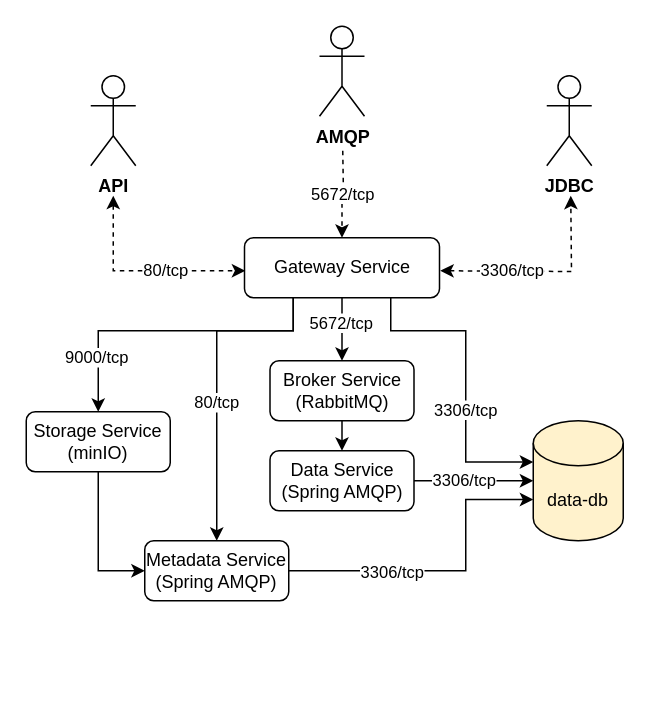
Earlier version of the draw.io diagram page "Data Ingest" (5 of 7) of .docs/images/architecture.drawio (DBRepo-Project/dbrepo). Source tidied: cells renumbered, new cells numbered last; positions are measured from the earlier drawing's top-left corner, leaving out a move shared by most shapes. Both pictures are drawn from the tidied source at 150%, with x=0, y=0 at pixel (26, 26).
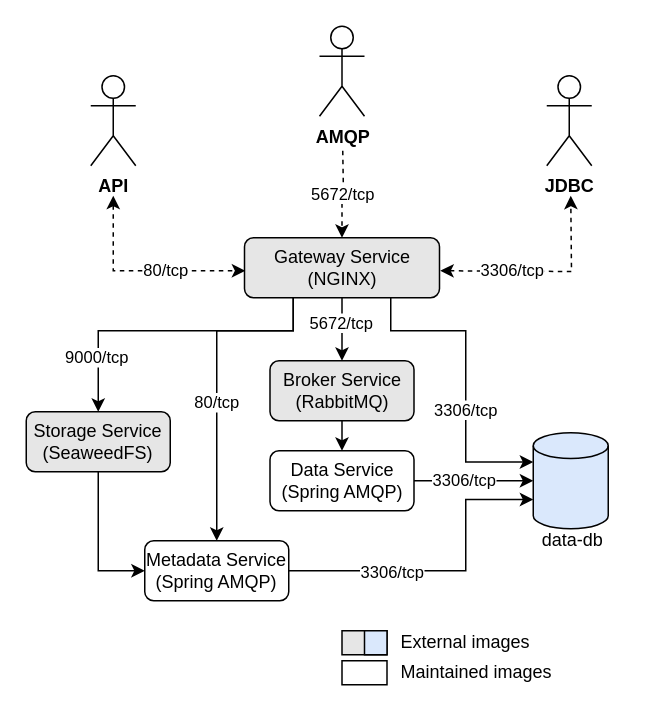
After the change.

Unchanged cells that the change refers to:
```xml
<mxCell id="19" value="Data Service&lt;br&gt;(Spring AMQP)" style="rounded=1;whiteSpace=wrap;html=1;" parent="1" vertex="1">
  <mxGeometry x="162.5" y="283" width="96" height="40" as="geometry" />
</mxCell>
<mxCell id="24" value="Metadata Service&lt;br&gt;(Spring AMQP)" style="rounded=1;whiteSpace=wrap;html=1;" parent="1" vertex="1">
  <mxGeometry x="79" y="343" width="96" height="40" as="geometry" />
</mxCell>
```

Diff of the diagram source:
```diff
@@
-    <mxCell id="5" style="edgeStyle=orthogonalEdgeStyle;rounded=0;jettySize=auto;html=1;exitX=0.75;exitY=1;exitDx=0;exitDy=0;entryX=0;entryY=0;entryDx=0;entryDy=27.5;entryPerimeter=0;" parent="1" edge="1" source="11" target="16">
+    <mxCell id="5" style="edgeStyle=orthogonalEdgeStyle;rounded=0;jettySize=auto;html=1;exitX=0.75;exitY=1;exitDx=0;exitDy=0;entryX=0;entryY=0;entryDx=0;entryDy=27.5;entryPerimeter=0;" parent="1" edge="1" source="11">
       <mxGeometry relative="1" as="geometry">
+        <mxPoint x="338" y="290.5" as="targetPoint" />
         <Array as="points">
           <mxPoint x="243" y="203" />
           <mxPoint x="293" y="203" />
           <mxPoint x="293" y="291" />
         </Array>
       </mxGeometry>
     </mxCell>
@@
-    <mxCell id="11" value="Gateway Service" style="rounded=1;whiteSpace=wrap;html=1;" parent="1" vertex="1">
+    <mxCell id="11" value="Gateway Service&lt;br style=&quot;border-color: var(--border-color);&quot;&gt;(NGINX)" style="rounded=1;whiteSpace=wrap;html=1;fillColor=#E6E6E6;" parent="1" vertex="1">
       <mxGeometry x="145.5" y="141" width="130" height="40" as="geometry" />
     </mxCell>
@@
-    <mxCell id="16" value="data-db" style="shape=cylinder3;whiteSpace=wrap;html=1;boundedLbl=1;backgroundOutline=1;size=15;fillColor=#fff2cc;strokeColor=#000000;" parent="1" vertex="1">
-      <mxGeometry x="338" y="263" width="60" height="80" as="geometry" />
-    </mxCell>
-    <mxCell id="17" style="edgeStyle=orthogonalEdgeStyle;rounded=0;jettySize=auto;html=1;exitX=1;exitY=0.5;exitDx=0;exitDy=0;entryX=0;entryY=0.5;entryDx=0;entryDy=0;entryPerimeter=0;" parent="1" edge="1" source="19" target="16">
-      <mxGeometry relative="1" as="geometry" />
+    <mxCell id="17" style="edgeStyle=orthogonalEdgeStyle;rounded=0;jettySize=auto;html=1;exitX=1;exitY=0.5;exitDx=0;exitDy=0;entryX=0;entryY=0.5;entryDx=0;entryDy=0;entryPerimeter=0;" parent="1" edge="1" source="19">
+      <mxGeometry relative="1" as="geometry">
+        <mxPoint x="338" y="303" as="targetPoint" />
+      </mxGeometry>
     </mxCell>
@@
-    <mxCell id="21" value="Broker Service&lt;br&gt;(RabbitMQ)" style="rounded=1;whiteSpace=wrap;html=1;" parent="1" vertex="1">
+    <mxCell id="21" value="Broker Service&lt;br style=&quot;border-color: var(--border-color);&quot;&gt;(RabbitMQ)" style="rounded=1;whiteSpace=wrap;html=1;fillColor=#E6E6E6;" parent="1" vertex="1">
       <mxGeometry x="162.5" y="223" width="96" height="40" as="geometry" />
     </mxCell>
-    <mxCell id="22" style="edgeStyle=orthogonalEdgeStyle;rounded=0;jettySize=auto;html=1;exitX=1;exitY=0.5;exitDx=0;exitDy=0;entryX=0;entryY=0;entryDx=0;entryDy=52.5;entryPerimeter=0;" parent="1" edge="1" source="24" target="16">
+    <mxCell id="22" style="edgeStyle=orthogonalEdgeStyle;rounded=0;jettySize=auto;html=1;exitX=1;exitY=0.5;exitDx=0;exitDy=0;entryX=0;entryY=0;entryDx=0;entryDy=52.5;entryPerimeter=0;" parent="1" edge="1" source="24">
       <mxGeometry relative="1" as="geometry">
+        <mxPoint x="338" y="315.5" as="targetPoint" />
         <Array as="points">
           <mxPoint x="293" y="363" />
           <mxPoint x="293" y="316" />
         </Array>
       </mxGeometry>
     </mxCell>
@@
-    <mxCell id="26" value="Storage Service&lt;br&gt;(minIO)" style="rounded=1;whiteSpace=wrap;html=1;" parent="1" vertex="1">
+    <mxCell id="26" value="Storage Service&lt;br&gt;(SeaweedFS)" style="rounded=1;whiteSpace=wrap;html=1;fillColor=#E6E6E6;" parent="1" vertex="1">
       <mxGeometry y="257" width="96" height="40" as="geometry" />
     </mxCell>
+    <mxCell id="27" style="shape=cylinder3;whiteSpace=wrap;html=1;boundedLbl=1;backgroundOutline=1;size=8.600000000000023;fillColor=#dae8fc;strokeColor=#000000;" parent="1" vertex="1">
+      <mxGeometry x="338" y="271" width="50" height="64" as="geometry" />
+    </mxCell>
+    <mxCell id="16" value="data-db" style="text;html=1;strokeColor=none;fillColor=none;align=center;verticalAlign=middle;whiteSpace=wrap;rounded=0;spacing=-1;" parent="1" vertex="1">
+      <mxGeometry x="322" y="333" width="85" height="20" as="geometry" />
+    </mxCell>
+    <mxCell id="28" style="rounded=0;whiteSpace=wrap;html=1;fillColor=#E6E6E6;" parent="1" vertex="1">
+      <mxGeometry x="210.5" y="403" width="30" height="16" as="geometry" />
+    </mxCell>
+    <mxCell id="29" value="External images" style="text;html=1;strokeColor=none;fillColor=none;align=left;verticalAlign=middle;whiteSpace=wrap;rounded=0;" parent="1" vertex="1">
+      <mxGeometry x="248" y="403" width="140" height="16" as="geometry" />
+    </mxCell>
+    <mxCell id="30" style="rounded=0;whiteSpace=wrap;html=1;" parent="1" vertex="1">
+      <mxGeometry x="210.5" y="423" width="30" height="16" as="geometry" />
+    </mxCell>
+    <mxCell id="31" value="Maintained images" style="text;html=1;strokeColor=none;fillColor=none;align=left;verticalAlign=middle;whiteSpace=wrap;rounded=0;" parent="1" vertex="1">
+      <mxGeometry x="248" y="423" width="140" height="16" as="geometry" />
+    </mxCell>
+    <mxCell id="32" style="rounded=0;whiteSpace=wrap;html=1;fillColor=#dae8fc;strokeColor=#000000;" parent="1" vertex="1">
+      <mxGeometry x="225.5" y="403" width="15" height="16" as="geometry" />
+    </mxCell>
```
